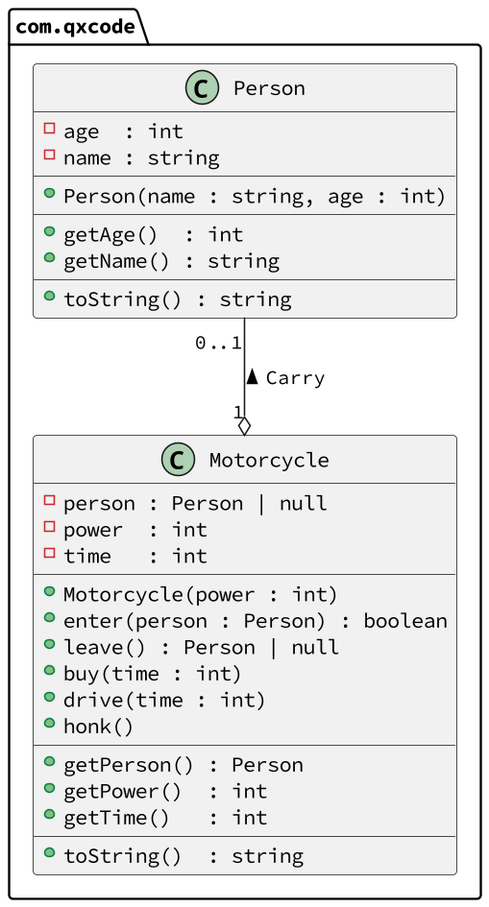
Before: base/003/diagrama.png, a diagram exported from PlantUML (qxcodepoo/arcade). Its diagram source:
```plantuml
@startuml

skinparam defaultFontName Hasklig
skinparam dpi 150

package com.qxcode {
  class Motorcycle {
    - person : Person | null
    - power  : int
    - time   : int
    __
    + Motorcycle(power : int)
    + enter(person : Person) : boolean
    + leave() : Person | null
    + buy(time : int)
    + drive(time : int)
    + honk()
    __
    + getPerson() : Person
    + getPower()  : int
    + getTime()   : int
    __
    + toString()  : string
  }

  class Person {
    - age  : int
    - name : string
    __
    + Person(name : string, age : int)
    __
    + getAge()  : int
    + getName() : string
    __
    + toString() : string
  }
}
Person "0..1" --o "1" Motorcycle : < Carry
@enduml
```
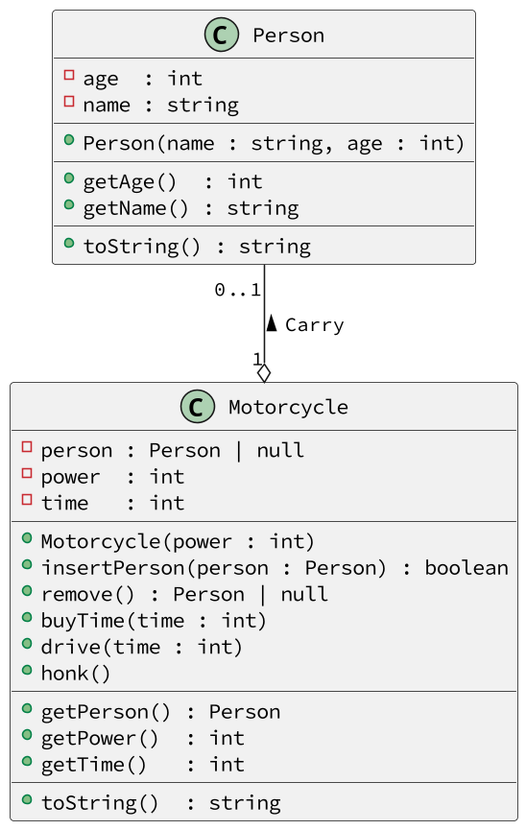
After the commit.

Change to the diagram source:
```diff
@@ -2,38 +2,35 @@
 
 skinparam defaultFontName Hasklig
 skinparam dpi 150
+class Motorcycle {
+  - person : Person | null
+  - power  : int
+  - time   : int
+  __
+  + Motorcycle(power : int)
+  + insertPerson(person : Person) : boolean
+  + remove() : Person | null
+  + buyTime(time : int)
+  + drive(time : int)
+  + honk()
+  __
+  + getPerson() : Person
+  + getPower()  : int
+  + getTime()   : int
+  __
+  + toString()  : string
+}
 
-package com.qxcode {
-  class Motorcycle {
-    - person : Person | null
-    - power  : int
-    - time   : int
-    __
-    + Motorcycle(power : int)
-    + enter(person : Person) : boolean
-    + leave() : Person | null
-    + buy(time : int)
-    + drive(time : int)
-    + honk()
-    __
-    + getPerson() : Person
-    + getPower()  : int
-    + getTime()   : int
-    __
-    + toString()  : string
-  }
-
-  class Person {
-    - age  : int
-    - name : string
-    __
-    + Person(name : string, age : int)
-    __
-    + getAge()  : int
-    + getName() : string
-    __
-    + toString() : string
-  }
+class Person {
+  - age  : int
+  - name : string
+  __
+  + Person(name : string, age : int)
+  __
+  + getAge()  : int
+  + getName() : string
+  __
+  + toString() : string
 }
 Person "0..1" --o "1" Motorcycle : < Carry
 @enduml
```
